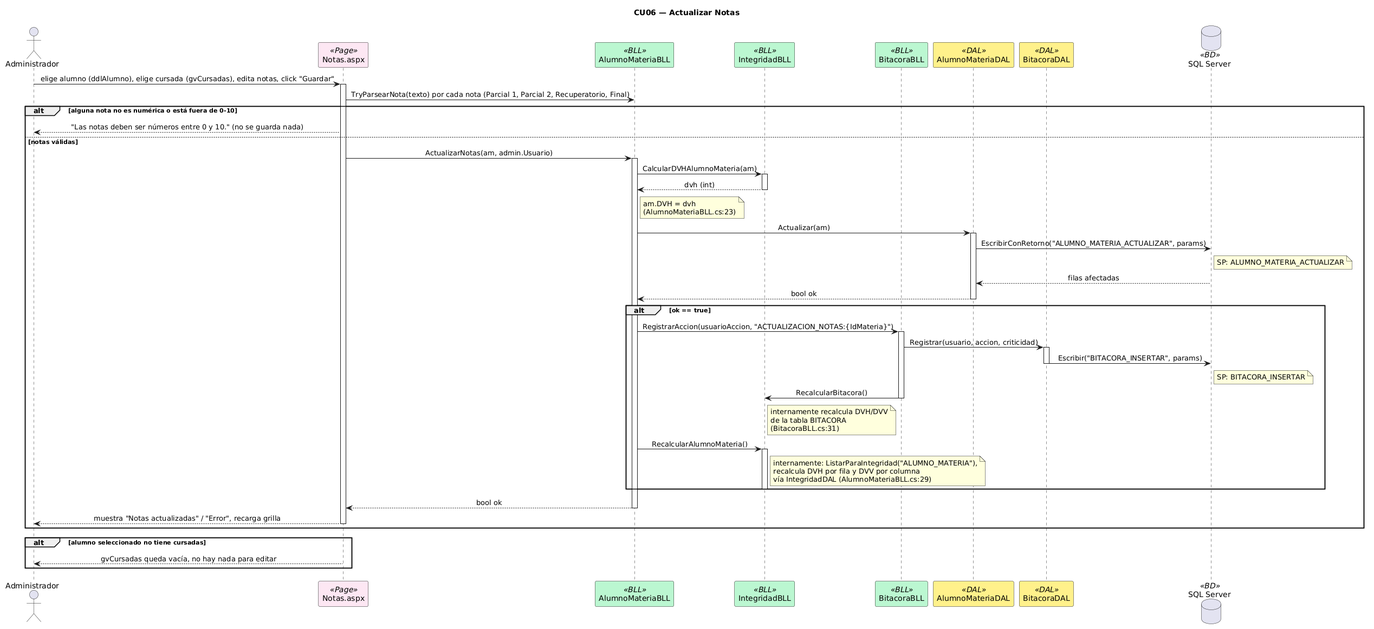
Earlier version of the PlantUML export DIAGRAMAS/Secuencia_CU06_ActualizarNotas.png (Urrels/tpDYAWeb). Its diagram source:
```plantuml
@startuml
title CU06 — Actualizar Notas
skinparam sequenceMessageAlign center
skinparam shadowing false
skinparam sequenceParticipant {
    BackgroundColor<<Page>> #FCE7F3
    BackgroundColor<<BLL>> #BBF7D0
    BackgroundColor<<DAL>> #FEF08A
    BackgroundColor<<BD>> #DBEAFE
}

actor Administrador as ADM
participant "Notas.aspx" as PAGE <<Page>>
participant "AlumnoMateriaBLL" as BLL <<BLL>>
participant "IntegridadBLL" as INTEG <<BLL>>
participant "BitacoraBLL" as BITBLL <<BLL>>
participant "AlumnoMateriaDAL" as DAL <<DAL>>
participant "BitacoraDAL" as BITDAL <<DAL>>
database "SQL Server" as DB <<BD>>

ADM -> PAGE : elige alumno (ddlAlumno), elige cursada (gvCursadas), edita notas, click "Guardar"
activate PAGE

PAGE -> BLL : TryParsearNota(texto) por cada nota (Parcial 1, Parcial 2, Recuperatorio, Final)
alt alguna nota no es numérica o está fuera de 0-10
  PAGE --> ADM : "Las notas deben ser números entre 0 y 10." (no se guarda nada)
else notas válidas
PAGE -> BLL : ActualizarNotas(am, admin.Usuario)
activate BLL

BLL -> INTEG : CalcularDVHAlumnoMateria(am)
activate INTEG
INTEG --> BLL : dvh (int)
deactivate INTEG
note right of BLL
  am.DVH = dvh
  (AlumnoMateriaBLL.cs:23)
end note

BLL -> DAL : Actualizar(am)
activate DAL
DAL -> DB : EscribirConRetorno("ALUMNO_MATERIA_ACTUALIZAR", params)
note right of DB : SP: ALUMNO_MATERIA_ACTUALIZAR
DB --> DAL : filas afectadas
DAL --> BLL : bool ok
deactivate DAL

alt ok == true
  BLL -> BITBLL : RegistrarAccion(usuarioAccion, "ACTUALIZACION_NOTAS:{IdMateria}")
  activate BITBLL
  BITBLL -> BITDAL : Registrar(usuario, accion, criticidad)
  activate BITDAL
  BITDAL -> DB : Escribir("BITACORA_INSERTAR", params)
  note right of DB : SP: BITACORA_INSERTAR
  deactivate BITDAL
  BITBLL -> INTEG : RecalcularBitacora()
  note right of INTEG
    internamente recalcula DVH/DVV
    de la tabla BITACORA
    (BitacoraBLL.cs:31)
  end note
  deactivate BITBLL

  BLL -> INTEG : RecalcularAlumnoMateria()
  activate INTEG
  note right of INTEG
    internamente: ListarParaIntegridad("ALUMNO_MATERIA"),
    recalcula DVH por fila y DVV por columna
    vía IntegridadDAL (AlumnoMateriaBLL.cs:29)
  end note
  deactivate INTEG
end

BLL --> PAGE : bool ok
deactivate BLL

PAGE --> ADM : muestra "Notas actualizadas" / "Error", recarga grilla
deactivate PAGE
end

alt alumno seleccionado no tiene cursadas
  PAGE --> ADM : gvCursadas queda vacía, no hay nada para editar
end
@enduml
```
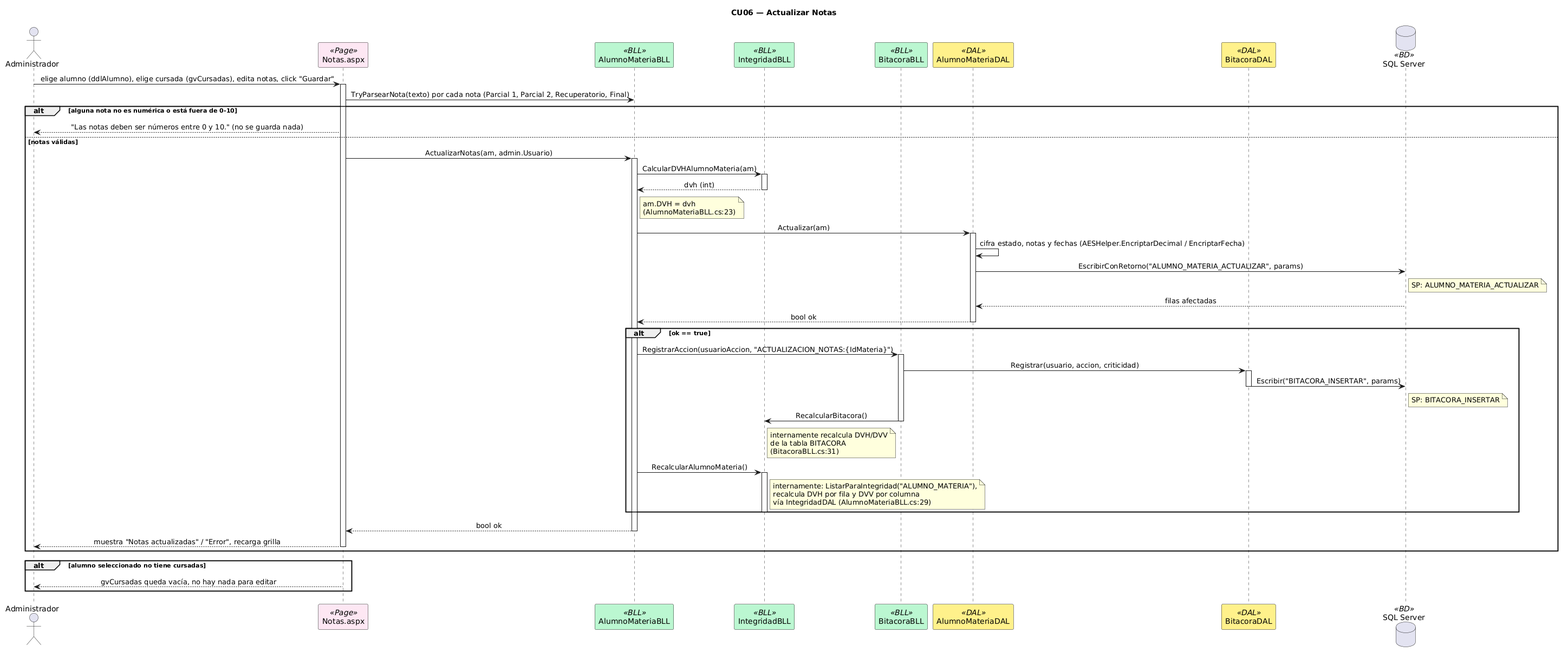
Above is the later version.

What changed in the source:
```diff
@@ -3,12 +3,11 @@
 skinparam sequenceMessageAlign center
 skinparam shadowing false
 skinparam sequenceParticipant {
-    BackgroundColor<<Page>> #FCE7F3
-    BackgroundColor<<BLL>> #BBF7D0
-    BackgroundColor<<DAL>> #FEF08A
-    BackgroundColor<<BD>> #DBEAFE
+BackgroundColor<<Page>> #FCE7F3
+BackgroundColor<<BLL>> #BBF7D0
+BackgroundColor<<DAL>> #FEF08A
+BackgroundColor<<BD>> #DBEAFE
 }
-
 actor Administrador as ADM
 participant "Notas.aspx" as PAGE <<Page>>
 participant "AlumnoMateriaBLL" as BLL <<BLL>>
@@ -17,68 +16,60 @@
 participant "AlumnoMateriaDAL" as DAL <<DAL>>
 participant "BitacoraDAL" as BITDAL <<DAL>>
 database "SQL Server" as DB <<BD>>
-
 ADM -> PAGE : elige alumno (ddlAlumno), elige cursada (gvCursadas), edita notas, click "Guardar"
 activate PAGE
-
 PAGE -> BLL : TryParsearNota(texto) por cada nota (Parcial 1, Parcial 2, Recuperatorio, Final)
 alt alguna nota no es numérica o está fuera de 0-10
-  PAGE --> ADM : "Las notas deben ser números entre 0 y 10." (no se guarda nada)
+PAGE --> ADM : "Las notas deben ser números entre 0 y 10." (no se guarda nada)
 else notas válidas
 PAGE -> BLL : ActualizarNotas(am, admin.Usuario)
 activate BLL
-
 BLL -> INTEG : CalcularDVHAlumnoMateria(am)
 activate INTEG
 INTEG --> BLL : dvh (int)
 deactivate INTEG
 note right of BLL
-  am.DVH = dvh
-  (AlumnoMateriaBLL.cs:23)
+am.DVH = dvh
+(AlumnoMateriaBLL.cs:23)
 end note
-
 BLL -> DAL : Actualizar(am)
 activate DAL
+DAL -> DAL : cifra estado, notas y fechas (AESHelper.EncriptarDecimal / EncriptarFecha)
 DAL -> DB : EscribirConRetorno("ALUMNO_MATERIA_ACTUALIZAR", params)
 note right of DB : SP: ALUMNO_MATERIA_ACTUALIZAR
 DB --> DAL : filas afectadas
 DAL --> BLL : bool ok
 deactivate DAL
-
 alt ok == true
-  BLL -> BITBLL : RegistrarAccion(usuarioAccion, "ACTUALIZACION_NOTAS:{IdMateria}")
-  activate BITBLL
-  BITBLL -> BITDAL : Registrar(usuario, accion, criticidad)
-  activate BITDAL
-  BITDAL -> DB : Escribir("BITACORA_INSERTAR", params)
-  note right of DB : SP: BITACORA_INSERTAR
-  deactivate BITDAL
-  BITBLL -> INTEG : RecalcularBitacora()
-  note right of INTEG
-    internamente recalcula DVH/DVV
-    de la tabla BITACORA
-    (BitacoraBLL.cs:31)
-  end note
-  deactivate BITBLL
-
-  BLL -> INTEG : RecalcularAlumnoMateria()
-  activate INTEG
-  note right of INTEG
-    internamente: ListarParaIntegridad("ALUMNO_MATERIA"),
-    recalcula DVH por fila y DVV por columna
-    vía IntegridadDAL (AlumnoMateriaBLL.cs:29)
-  end note
-  deactivate INTEG
+BLL -> BITBLL : RegistrarAccion(usuarioAccion, "ACTUALIZACION_NOTAS:{IdMateria}")
+activate BITBLL
+BITBLL -> BITDAL : Registrar(usuario, accion, criticidad)
+activate BITDAL
+BITDAL -> DB : Escribir("BITACORA_INSERTAR", params)
+note right of DB : SP: BITACORA_INSERTAR
+deactivate BITDAL
+BITBLL -> INTEG : RecalcularBitacora()
+note right of INTEG
+internamente recalcula DVH/DVV
+de la tabla BITACORA
+(BitacoraBLL.cs:31)
+end note
+deactivate BITBLL
+BLL -> INTEG : RecalcularAlumnoMateria()
+activate INTEG
+note right of INTEG
+internamente: ListarParaIntegridad("ALUMNO_MATERIA"),
+recalcula DVH por fila y DVV por columna
+vía IntegridadDAL (AlumnoMateriaBLL.cs:29)
+end note
+deactivate INTEG
 end
-
 BLL --> PAGE : bool ok
 deactivate BLL
-
 PAGE --> ADM : muestra "Notas actualizadas" / "Error", recarga grilla
 deactivate PAGE
 end
-
 alt alumno seleccionado no tiene cursadas
-  PAGE --> ADM : gvCursadas queda vacía, no hay nada para editar
+PAGE --> ADM : gvCursadas queda vacía, no hay nada para editar
 end
 @enduml
```
